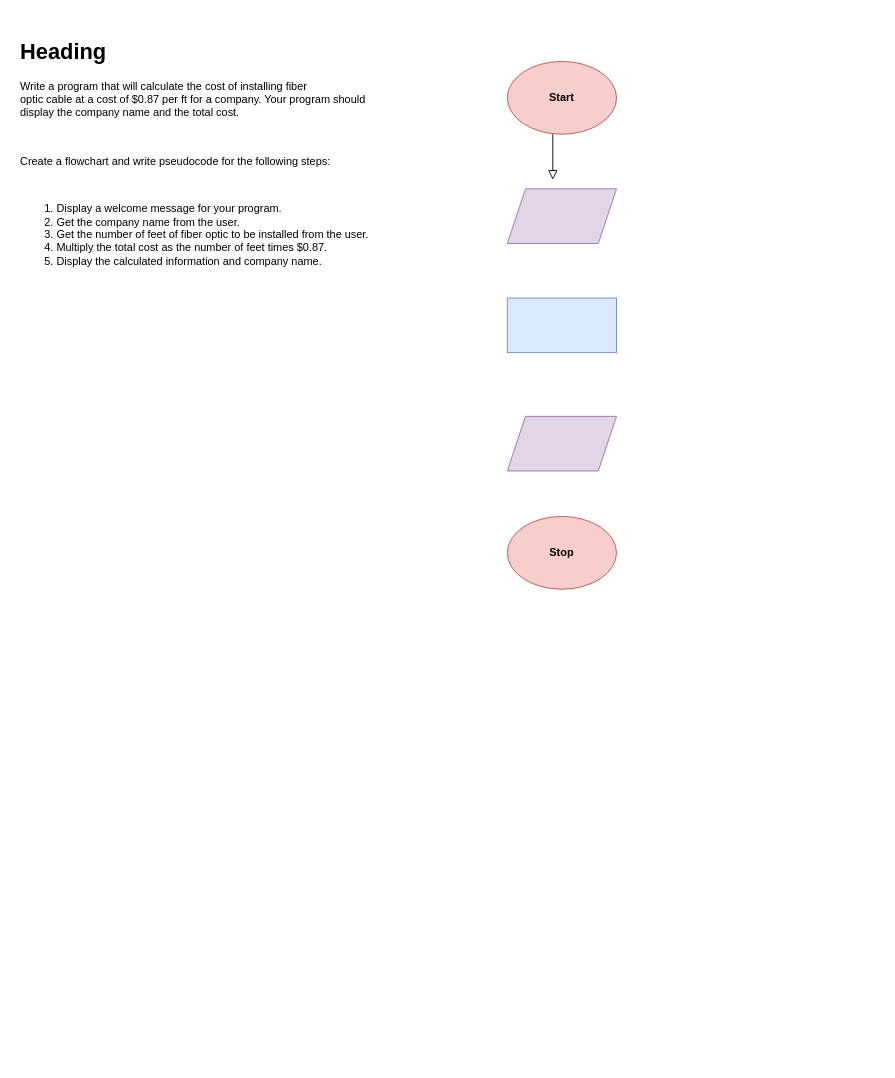
Earlier version of the draw.io diagram Untitled Diagram.drawio (carlosdajackal/Hello-World). Source tidied: cells renumbered, new cells numbered last; positions are measured from the earlier drawing's top-left corner, leaving out a move shared by most shapes. Both pictures are drawn from the tidied source at 91%, with x=0, y=0 at pixel (15, 34).
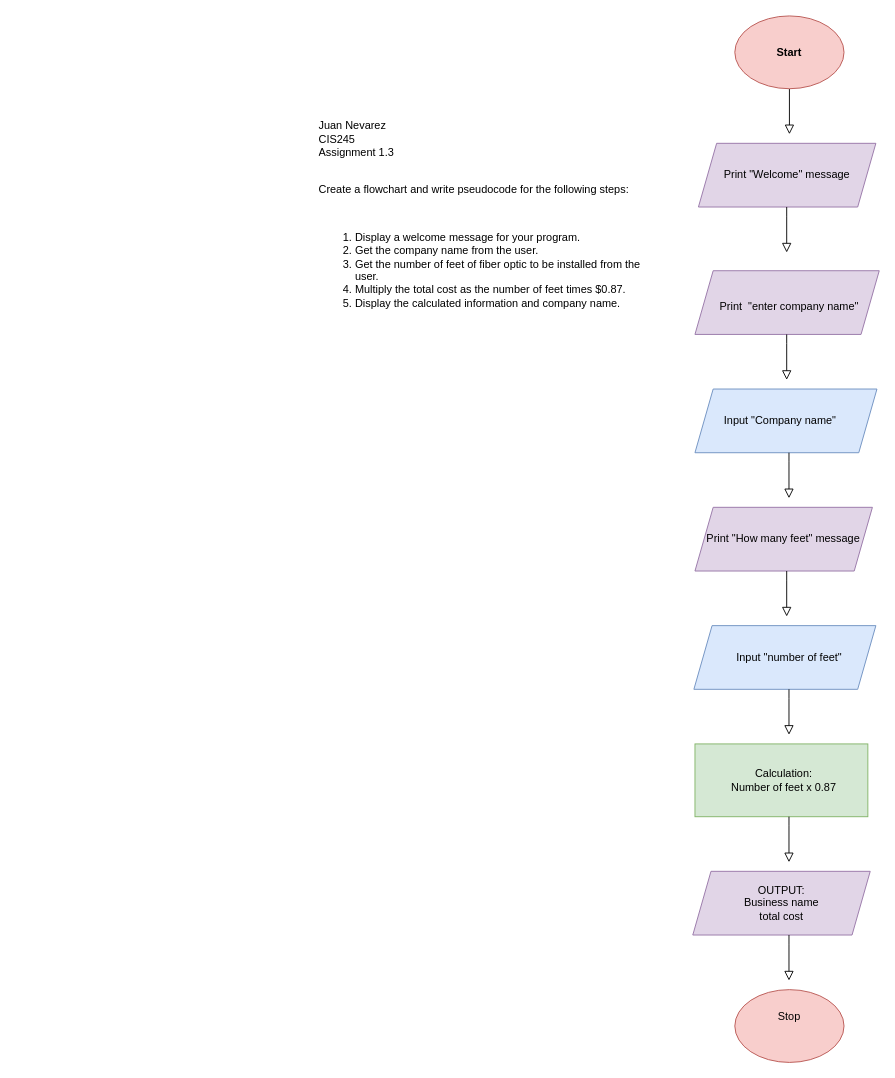
The same page after the edit.

Change to the diagram source:
```diff
@@
-<mxGraphModel>
+<mxGraphModel background="#ffffff">
@@
     <mxCell id="2" style="rounded=0;html=1;jettySize=auto;orthogonalLoop=1;fontSize=11;endArrow=block;endFill=0;endSize=8;strokeWidth=1;shadow=0;labelBackgroundColor=none;edgeStyle=orthogonalEdgeStyle;" parent="1" edge="1">
       <mxGeometry relative="1" as="geometry">
-        <mxPoint x="590" y="110" as="sourcePoint" />
-        <mxPoint x="590" y="160" as="targetPoint" />
+        <mxPoint x="850" y="60" as="sourcePoint" />
+        <mxPoint x="850" y="110" as="targetPoint" />
       </mxGeometry>
     </mxCell>
     <mxCell id="3" style="ellipse;whiteSpace=wrap;html=1;fillColor=#f8cecc;strokeColor=#b85450;" parent="1" vertex="1">
-      <mxGeometry x="540" y="30" width="120" height="80" as="geometry" />
+      <mxGeometry x="790" y="-20" width="120" height="80" as="geometry" />
     </mxCell>
-    <mxCell id="4" style="ellipse;whiteSpace=wrap;html=1;fillColor=#f8cecc;strokeColor=#b85450;" parent="1" vertex="1">
-      <mxGeometry x="540" y="530" width="120" height="80" as="geometry" />
-    </mxCell>
-    <mxCell id="5" style="shape=parallelogram;perimeter=parallelogramPerimeter;whiteSpace=wrap;html=1;fixedSize=1;fillColor=#e1d5e7;strokeColor=#9673a6;" parent="1" vertex="1">
-      <mxGeometry x="540" y="170" width="120" height="60" as="geometry" />
+    <mxCell id="5" value="Print &quot;Welcome&quot; message" style="shape=parallelogram;perimeter=parallelogramPerimeter;whiteSpace=wrap;html=1;fixedSize=1;fillColor=#e1d5e7;strokeColor=#9673a6;" parent="1" vertex="1">
+      <mxGeometry x="750" y="120" width="195" height="70" as="geometry" />
     </mxCell>
-    <mxCell id="6" style="rounded=0;whiteSpace=wrap;html=1;fillColor=#dae8fc;strokeColor=#6c8ebf;" parent="1" vertex="1">
-      <mxGeometry x="540" y="290" width="120" height="60" as="geometry" />
-    </mxCell>
     <mxCell id="7" style="shape=parallelogram;perimeter=parallelogramPerimeter;whiteSpace=wrap;html=1;fixedSize=1;fillColor=#e1d5e7;strokeColor=#9673a6;" parent="1" vertex="1">
-      <mxGeometry x="540" y="420" width="120" height="60" as="geometry" />
+      <mxGeometry x="746.2" y="260" width="202.5" height="70" as="geometry" />
     </mxCell>
     <mxCell id="8" value="Start" style="text;html=1;strokeColor=none;fillColor=none;align=center;verticalAlign=middle;whiteSpace=wrap;rounded=0;fontStyle=1;" parent="1" vertex="1">
-      <mxGeometry x="580" y="60" width="40" height="20" as="geometry" />
+      <mxGeometry x="830" y="10" width="40" height="20" as="geometry" />
     </mxCell>
+    <mxCell id="11" style="rounded=0;html=1;jettySize=auto;orthogonalLoop=1;fontSize=11;endArrow=block;endFill=0;endSize=8;strokeWidth=1;shadow=0;labelBackgroundColor=none;edgeStyle=orthogonalEdgeStyle;" parent="1" edge="1">
+      <mxGeometry relative="1" as="geometry">
+        <mxPoint x="847" y="190" as="sourcePoint" />
+        <mxPoint x="847" y="240" as="targetPoint" />
+        <Array as="points">
+          <mxPoint x="847" y="200" />
+          <mxPoint x="847" y="200" />
+        </Array>
+      </mxGeometry>
+    </mxCell>
+    <mxCell id="12" value="Print&amp;nbsp; &quot;enter company name&quot;" style="text;html=1;strokeColor=none;fillColor=none;align=center;verticalAlign=middle;whiteSpace=wrap;rounded=0;fontColor=#000000;" parent="1" vertex="1">
+      <mxGeometry x="765" y="290" width="170" height="20" as="geometry" />
+    </mxCell>
+    <mxCell id="13" style="shape=parallelogram;perimeter=parallelogramPerimeter;whiteSpace=wrap;html=1;fixedSize=1;fillColor=#dae8fc;strokeColor=#6c8ebf;" parent="1" vertex="1">
+      <mxGeometry x="746.2" y="390" width="200" height="70" as="geometry" />
+    </mxCell>
+    <mxCell id="14" value="Input &quot;Company name&quot;" style="text;html=1;strokeColor=none;fillColor=none;align=center;verticalAlign=middle;whiteSpace=wrap;rounded=0;fontColor=#000000;" parent="1" vertex="1">
+      <mxGeometry x="770" y="412.5" width="140" height="25" as="geometry" />
+    </mxCell>
+    <mxCell id="15" style="rounded=0;html=1;jettySize=auto;orthogonalLoop=1;fontSize=11;endArrow=block;endFill=0;endSize=8;strokeWidth=1;shadow=0;labelBackgroundColor=none;edgeStyle=orthogonalEdgeStyle;" parent="1" edge="1">
+      <mxGeometry relative="1" as="geometry">
+        <mxPoint x="847" y="330" as="sourcePoint" />
+        <mxPoint x="847" y="380" as="targetPoint" />
+        <Array as="points">
+          <mxPoint x="847" y="340" />
+          <mxPoint x="847" y="340" />
+        </Array>
+      </mxGeometry>
+    </mxCell>
+    <mxCell id="16" value="Print &quot;How many feet&quot; message" style="shape=parallelogram;perimeter=parallelogramPerimeter;whiteSpace=wrap;html=1;fixedSize=1;fillColor=#e1d5e7;strokeColor=#9673a6;" parent="1" vertex="1">
+      <mxGeometry x="746.2" y="520" width="195" height="70" as="geometry" />
+    </mxCell>
+    <mxCell id="17" style="shape=parallelogram;perimeter=parallelogramPerimeter;whiteSpace=wrap;html=1;fixedSize=1;fillColor=#dae8fc;strokeColor=#6c8ebf;" parent="1" vertex="1">
+      <mxGeometry x="745" y="650" width="200" height="70" as="geometry" />
+    </mxCell>
+    <mxCell id="18" value="Input &quot;number of feet&quot;" style="text;html=1;strokeColor=none;fillColor=none;align=center;verticalAlign=middle;whiteSpace=wrap;rounded=0;fontColor=#000000;" parent="1" vertex="1">
+      <mxGeometry x="790" y="675" width="120" height="20" as="geometry" />
+    </mxCell>
+    <mxCell id="19" style="rounded=0;html=1;jettySize=auto;orthogonalLoop=1;fontSize=11;endArrow=block;endFill=0;endSize=8;strokeWidth=1;shadow=0;labelBackgroundColor=none;edgeStyle=orthogonalEdgeStyle;" parent="1" edge="1">
+      <mxGeometry relative="1" as="geometry">
+        <mxPoint x="849.5" y="460" as="sourcePoint" />
+        <mxPoint x="849.5" y="510" as="targetPoint" />
+        <Array as="points">
+          <mxPoint x="849.5" y="470" />
+          <mxPoint x="849.5" y="470" />
+        </Array>
+      </mxGeometry>
+    </mxCell>
+    <mxCell id="20" style="rounded=0;html=1;jettySize=auto;orthogonalLoop=1;fontSize=11;endArrow=block;endFill=0;endSize=8;strokeWidth=1;shadow=0;labelBackgroundColor=none;edgeStyle=orthogonalEdgeStyle;" parent="1" edge="1">
+      <mxGeometry relative="1" as="geometry">
+        <mxPoint x="847" y="590" as="sourcePoint" />
+        <mxPoint x="847" y="640" as="targetPoint" />
+        <Array as="points">
+          <mxPoint x="847" y="600" />
+          <mxPoint x="847" y="600" />
+        </Array>
+      </mxGeometry>
+    </mxCell>
+    <mxCell id="21" style="rounded=0;whiteSpace=wrap;html=1;fillColor=#d5e8d4;strokeColor=#82b366;" parent="1" vertex="1">
+      <mxGeometry x="746.2" y="780" width="190" height="80" as="geometry" />
+    </mxCell>
+    <mxCell id="22" value="&lt;div&gt;Calculation:&lt;/div&gt;&lt;div&gt;Number of feet x 0.87&lt;br&gt;&lt;/div&gt;" style="text;html=1;strokeColor=none;fillColor=none;align=center;verticalAlign=middle;whiteSpace=wrap;rounded=0;fontColor=#000000;" parent="1" vertex="1">
+      <mxGeometry x="773.8" y="805" width="140" height="30" as="geometry" />
+    </mxCell>
+    <mxCell id="23" value="&lt;div&gt;OUTPUT:&lt;/div&gt;&lt;div&gt;Business name&lt;/div&gt;&lt;div&gt;total cost&lt;br&gt;&lt;/div&gt;" style="shape=parallelogram;perimeter=parallelogramPerimeter;whiteSpace=wrap;html=1;fixedSize=1;fillColor=#e1d5e7;strokeColor=#9673a6;" parent="1" vertex="1">
+      <mxGeometry x="743.8" y="920" width="195" height="70" as="geometry" />
+    </mxCell>
+    <mxCell id="24" style="rounded=0;html=1;jettySize=auto;orthogonalLoop=1;fontSize=11;endArrow=block;endFill=0;endSize=8;strokeWidth=1;shadow=0;labelBackgroundColor=none;edgeStyle=orthogonalEdgeStyle;" parent="1" edge="1">
+      <mxGeometry relative="1" as="geometry">
+        <mxPoint x="849.5" y="720" as="sourcePoint" />
+        <mxPoint x="849.5" y="770" as="targetPoint" />
+        <Array as="points">
+          <mxPoint x="849.5" y="730" />
+          <mxPoint x="849.5" y="730" />
+        </Array>
+      </mxGeometry>
+    </mxCell>
+    <mxCell id="25" style="rounded=0;html=1;jettySize=auto;orthogonalLoop=1;fontSize=11;endArrow=block;endFill=0;endSize=8;strokeWidth=1;shadow=0;labelBackgroundColor=none;edgeStyle=orthogonalEdgeStyle;" parent="1" edge="1">
+      <mxGeometry relative="1" as="geometry">
+        <mxPoint x="849.5" y="860" as="sourcePoint" />
+        <mxPoint x="849.5" y="910" as="targetPoint" />
+        <Array as="points">
+          <mxPoint x="849.5" y="870" />
+          <mxPoint x="849.5" y="870" />
+        </Array>
+      </mxGeometry>
+    </mxCell>
+    <mxCell id="26" style="ellipse;whiteSpace=wrap;html=1;labelBackgroundColor=none;fillColor=#f8cecc;strokeColor=#b85450;" parent="1" vertex="1">
+      <mxGeometry x="790" y="1050" width="120" height="80" as="geometry" />
+    </mxCell>
-    <mxCell id="9" value="&lt;b&gt;Stop&lt;/b&gt;" style="text;html=1;strokeColor=none;fillColor=none;align=center;verticalAlign=middle;whiteSpace=wrap;rounded=0;" parent="1" vertex="1">
-      <mxGeometry x="580" y="560" width="40" height="20" as="geometry" />
+    <mxCell id="9" value="&lt;div&gt;Stop&lt;/div&gt;" style="text;html=1;strokeColor=none;fillColor=none;align=center;verticalAlign=middle;whiteSpace=wrap;rounded=0;labelBackgroundColor=none;fontColor=#000000;" parent="1" vertex="1">
+      <mxGeometry x="830" y="1070" width="40" height="20" as="geometry" />
     </mxCell>
-    <mxCell id="10" value="&lt;h1&gt;Heading&lt;/h1&gt;&lt;p&gt;Write a program that will calculate the cost of installing fiber &lt;br/&gt;optic cable at a cost of $0.87 per ft for a company. Your program should&lt;br/&gt; display the company name and the total cost.&amp;nbsp;&lt;/p&gt; &lt;br/&gt;    &lt;p&gt;Create a flowchart and write pseudocode for the following steps:&amp;nbsp;&lt;/p&gt; &lt;br/&gt;    &lt;ol&gt;&lt;li&gt;Display a welcome message for your program.&amp;nbsp;&lt;/li&gt;&lt;li&gt;Get the company name from the user.&lt;/li&gt;&lt;li&gt;Get the number of feet of fiber optic to be installed from the user.&lt;/li&gt;&lt;li&gt;Multiply the total cost as the number of feet times $0.87.&lt;/li&gt;&lt;li&gt;Display the calculated information and company name. &lt;br&gt;&lt;/li&gt;&lt;/ol&gt;" style="text;html=1;strokeColor=none;fillColor=none;spacing=5;spacingTop=-20;whiteSpace=wrap;overflow=hidden;rounded=0;" parent="1" vertex="1">
-      <mxGeometry width="430" height="480" as="geometry" />
-    </mxCell>
+    <mxCell id="27" style="rounded=0;html=1;jettySize=auto;orthogonalLoop=1;fontSize=11;endArrow=block;endFill=0;endSize=8;strokeWidth=1;shadow=0;labelBackgroundColor=none;edgeStyle=orthogonalEdgeStyle;" parent="1" edge="1">
+      <mxGeometry relative="1" as="geometry">
+        <mxPoint x="849.5" y="990" as="sourcePoint" />
+        <mxPoint x="849.5" y="1040" as="targetPoint" />
+        <Array as="points">
+          <mxPoint x="849.5" y="1000" />
+          <mxPoint x="849.5" y="1000" />
+        </Array>
+      </mxGeometry>
+    </mxCell>
+    <mxCell id="28" value="&lt;div&gt;&lt;br&gt;&lt;/div&gt;&lt;div&gt;Juan Nevarez&lt;/div&gt;&lt;div&gt;CIS245&lt;/div&gt;&lt;div&gt;Assignment 1.3&lt;br&gt;&lt;/div&gt;&lt;div&gt;&lt;br&gt;&lt;/div&gt;&lt;p&gt;Create a flowchart and write pseudocode for the following steps:&amp;nbsp;&lt;/p&gt; &lt;br&gt;    &lt;ol&gt;&lt;li&gt;Display a welcome message for your program.&amp;nbsp;&lt;/li&gt;&lt;li&gt;Get the company name from the user.&lt;/li&gt;&lt;li&gt;Get the number of feet of fiber optic to be installed from the user.&lt;/li&gt;&lt;li&gt;Multiply the total cost as the number of feet times $0.87.&lt;/li&gt;&lt;li&gt;Display the calculated information and company name.&lt;/li&gt;&lt;/ol&gt;" style="text;html=1;strokeColor=none;fillColor=none;spacing=5;spacingTop=-20;whiteSpace=wrap;overflow=hidden;rounded=0;labelBackgroundColor=none;fontColor=#000000;" parent="1" vertex="1">
+      <mxGeometry x="328" y="90" width="365" height="242" as="geometry" />
+    </mxCell>
```
